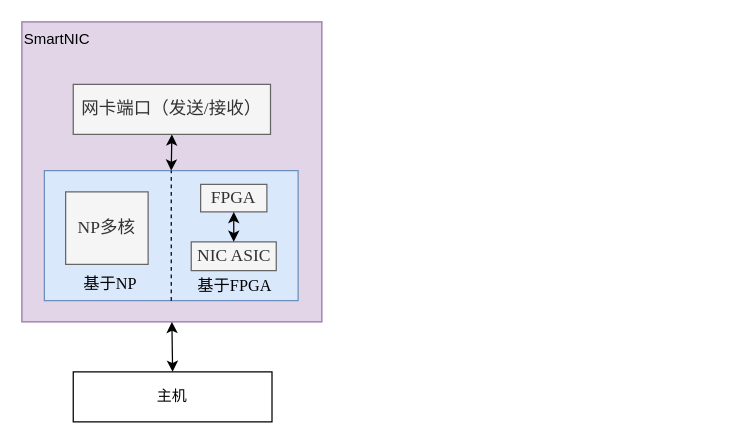
This is page "On-path网卡" (19 of 39) of Bakery.drawio from CHRIS123540/CHRIS123540, a draw.io file, before an edit. Source tidied: cells renumbered, new cells numbered last; positions are measured from the earlier drawing's top-left corner, leaving out a move shared by most shapes. Both pictures are drawn from the tidied source at 125%, with x=0, y=0 at pixel (21, 21).
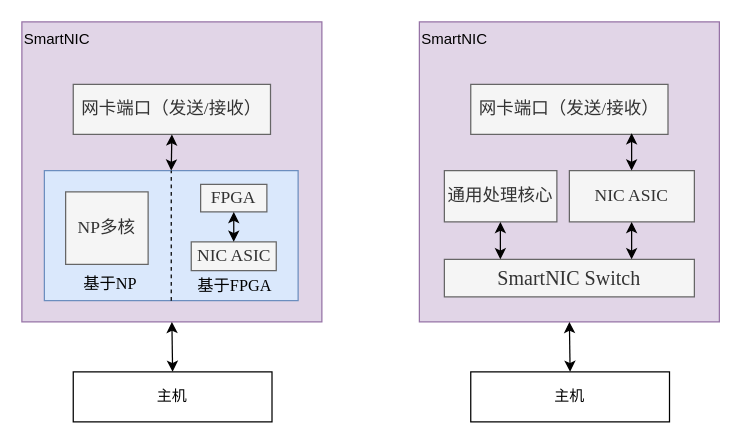
After the change.

What changed in the source:
```diff
@@
+    <mxCell id="15" value="SmartNIC" style="rounded=0;whiteSpace=wrap;html=1;fillColor=#e1d5e7;strokeColor=#9673a6;align=left;verticalAlign=top;" parent="1" vertex="1">
+      <mxGeometry x="318" width="240" height="240" as="geometry" />
+    </mxCell>
+    <mxCell id="16" value="SmartNIC Switch" style="rounded=0;whiteSpace=wrap;html=1;fontFamily=Times New Roman;fontSize=16;fillColor=#f5f5f5;fontColor=#333333;strokeColor=#666666;" parent="1" vertex="1">
+      <mxGeometry x="338" y="190" width="200" height="30" as="geometry" />
+    </mxCell>
+    <mxCell id="17" style="endArrow=classic;startArrow=classic;html=1;rounded=0;exitX=0.5;exitY=0;exitDx=0;exitDy=0;entryX=0.5;entryY=1;entryDx=0;entryDy=0;" parent="1" edge="1" source="20" target="15">
+      <mxGeometry relative="1" as="geometry" />
+    </mxCell>
+    <mxCell id="18" value="通用处理核心" style="rounded=0;whiteSpace=wrap;html=1;fontSize=14;fontFamily=Times New Roman;fillColor=#f5f5f5;fontColor=#333333;strokeColor=#666666;" parent="1" vertex="1">
+      <mxGeometry x="338" y="119" width="90" height="41" as="geometry" />
+    </mxCell>
+    <mxCell id="19" value="NIC ASIC" style="rounded=0;whiteSpace=wrap;html=1;fontSize=14;fontFamily=Times New Roman;fillColor=#f5f5f5;fontColor=#333333;strokeColor=#666666;" parent="1" vertex="1">
+      <mxGeometry x="438" y="119" width="100" height="41" as="geometry" />
+    </mxCell>
+    <mxCell id="20" value="主机" style="rounded=0;whiteSpace=wrap;html=1;" parent="1" vertex="1">
+      <mxGeometry x="359.1" y="280" width="159" height="40" as="geometry" />
+    </mxCell>
+    <mxCell id="21" value="网卡端口（发送/接收）" style="rounded=0;whiteSpace=wrap;html=1;fontSize=14;fontFamily=Times New Roman;fillColor=#f5f5f5;fontColor=#333333;strokeColor=#666666;" parent="1" vertex="1">
+      <mxGeometry x="359.1" y="50" width="157.8" height="40" as="geometry" />
+    </mxCell>
+    <mxCell id="22" style="endArrow=classic;startArrow=classic;html=1;rounded=0;" parent="1" edge="1">
+      <mxGeometry relative="1" as="geometry">
+        <mxPoint x="382.8" y="190" as="sourcePoint" />
+        <mxPoint x="382.8" y="160" as="targetPoint" />
+      </mxGeometry>
+    </mxCell>
+    <mxCell id="23" style="endArrow=classic;startArrow=classic;html=1;rounded=0;" parent="1" edge="1">
+      <mxGeometry relative="1" as="geometry">
+        <mxPoint x="487.8" y="190" as="sourcePoint" />
+        <mxPoint x="487.8" y="160" as="targetPoint" />
+      </mxGeometry>
+    </mxCell>
+    <mxCell id="24" style="endArrow=classic;startArrow=classic;html=1;rounded=0;" parent="1" edge="1">
+      <mxGeometry relative="1" as="geometry">
+        <mxPoint x="487.8" y="119" as="sourcePoint" />
+        <mxPoint x="487.8" y="89" as="targetPoint" />
+      </mxGeometry>
+    </mxCell>
```
